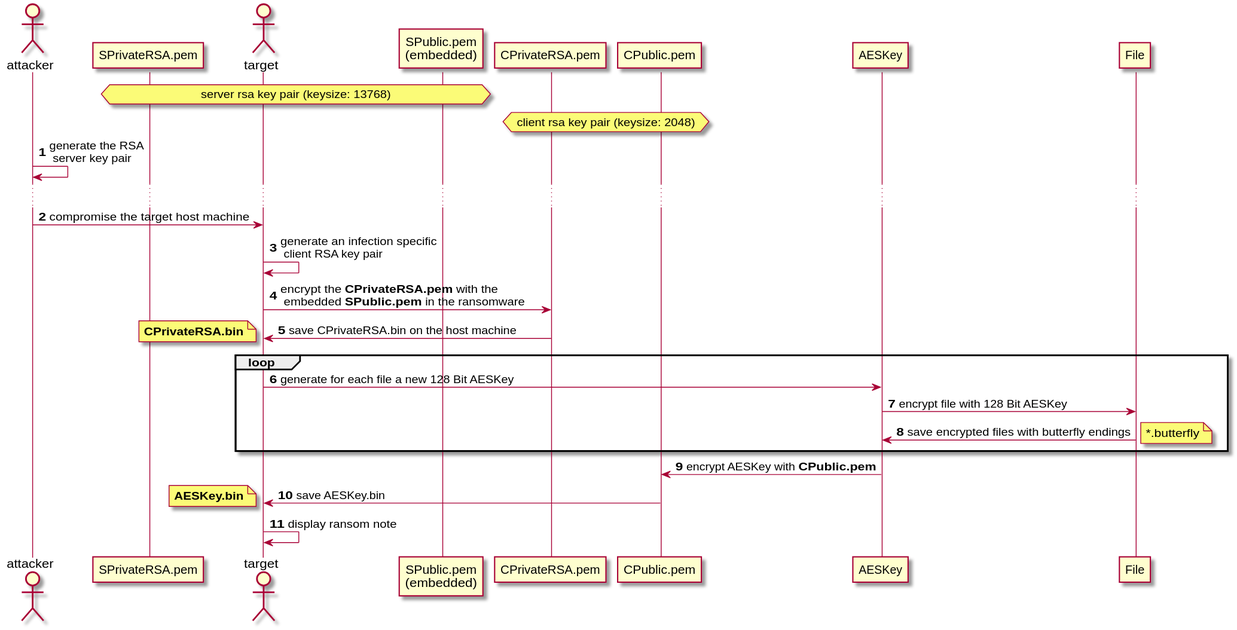
This is architecture/sequence_diagrams/encryption.svg from bierschi/butterfly, a PlantUML export, as it was before one commit. The source it was exported from:
```plantuml
@startuml

actor attacker
participant SPrivateRSA.pem as SPrivate
actor target
participant "SPublic.pem\n(embedded)" as SPublic
participant CPrivateRSA.pem as CPrivate
participant CPublic.pem as CPublic
participant AESKey
participant File

autonumber
hnote over SPrivate, SPublic: server rsa key pair (keysize: 13768)
hnote over CPrivate, CPublic: client rsa key pair (keysize: 2048)

attacker -> attacker: generate the RSA\n server key pair
...
attacker -> target: compromise the target host machine
target -> target: generate an infection specific\n client RSA key pair
target -> CPrivate: encrypt the **CPrivateRSA.pem** with the\n embedded **SPublic.pem** in the ransomware
CPrivate -> target: save CPrivateRSA.bin on the host machine
note left: **CPrivateRSA.bin**
loop
target -> AESKey: generate for each file a new 128 Bit AESKey
AESKey -> File: encrypt file with 128 Bit AESKey
File -> AESKey: save encrypted files with butterfly endings
note right: ~*.butterfly
end
AESKey -> CPublic: encrypt AESKey with **CPublic.pem**
CPublic -> target: save AESKey.bin
note left: **AESKey.bin**
target -> target: display ransom note

@enduml
```
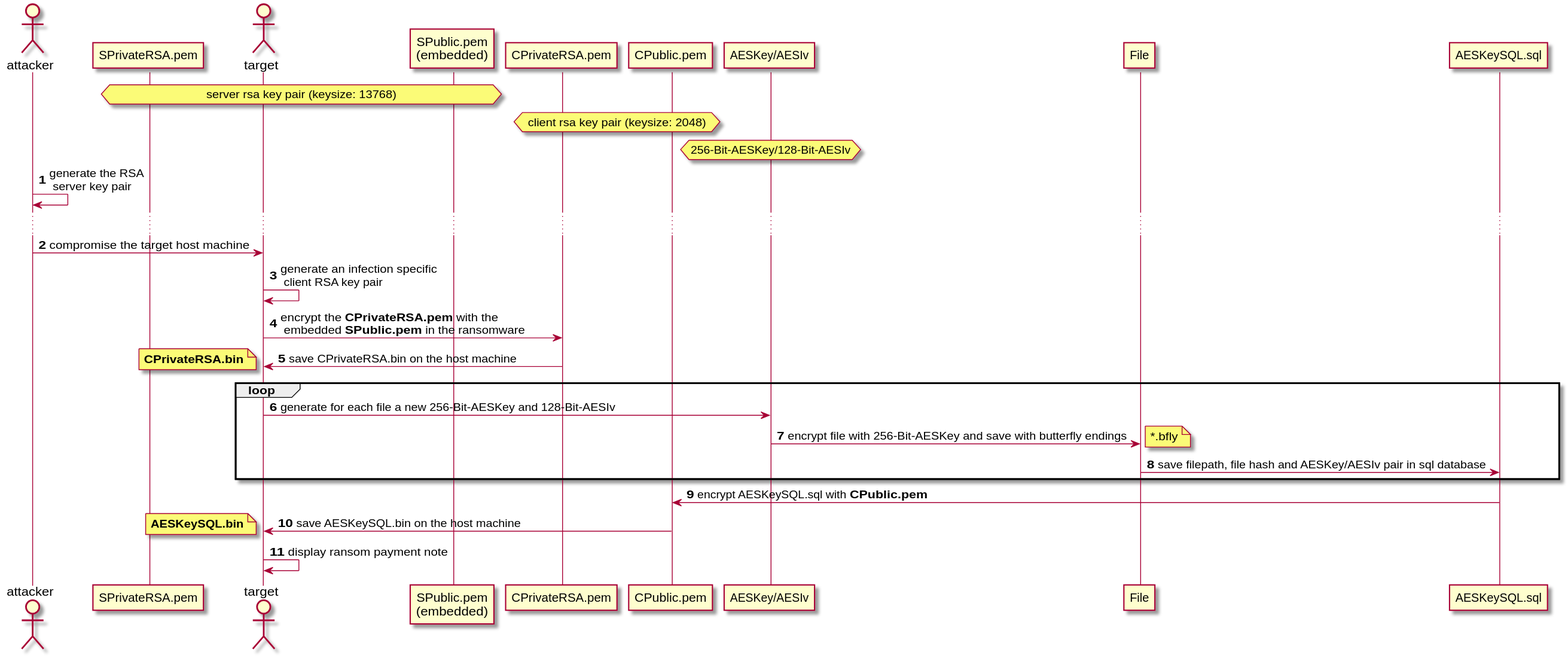
After the commit.

Commit message:
Updated the encryption decryption sequence diagram

What changed in the source:
```diff
@@ -6,13 +6,14 @@
 participant "SPublic.pem\n(embedded)" as SPublic
 participant CPrivateRSA.pem as CPrivate
 participant CPublic.pem as CPublic
-participant AESKey
+participant "AESKey/AESIv" as AESKey
 participant File
+participant AESKeySQL.sql as AESKeySQL
 
 autonumber
 hnote over SPrivate, SPublic: server rsa key pair (keysize: 13768)
 hnote over CPrivate, CPublic: client rsa key pair (keysize: 2048)
-
+hnote over AESKey: 256-Bit-AESKey/128-Bit-AESIv
 attacker -> attacker: generate the RSA\n server key pair
 ...
 attacker -> target: compromise the target host machine
@@ -21,14 +22,15 @@
 CPrivate -> target: save CPrivateRSA.bin on the host machine
 note left: **CPrivateRSA.bin**
 loop
-target -> AESKey: generate for each file a new 128 Bit AESKey
-AESKey -> File: encrypt file with 128 Bit AESKey
-File -> AESKey: save encrypted files with butterfly endings
-note right: ~*.butterfly
+target -> AESKey: generate for each file a new 256-Bit-AESKey and 128-Bit-AESIv
+AESKey -> File: encrypt file with 256-Bit-AESKey and save with butterfly endings
+note right: ~*.bfly
+File -> AESKeySQL: save filepath, file hash and AESKey/AESIv pair in sql database
+
 end
-AESKey -> CPublic: encrypt AESKey with **CPublic.pem**
-CPublic -> target: save AESKey.bin
-note left: **AESKey.bin**
-target -> target: display ransom note
+AESKeySQL -> CPublic: encrypt AESKeySQL.sql with **CPublic.pem**
+CPublic -> target: save AESKeySQL.bin on the host machine
+note left: **AESKeySQL.bin**
+target -> target: display ransom payment note
 
 @enduml
```
